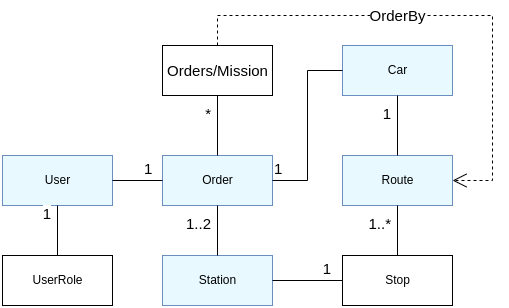
The draw.io diagram doc/img/EntitiesRelations.png in bringauto/fleet, before a commit. Source tidied: cells renumbered, new cells last; positions are measured from the earlier drawing's top-left corner, leaving out a move shared by most shapes.
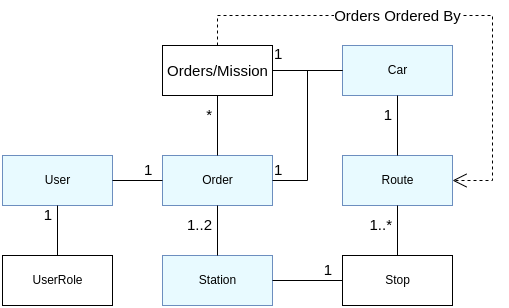
Later version of the same file.

The edit, as a diff of the source:
```diff
@@ -88,7 +88,7 @@
         <mxPoint x="-5" y="30" as="offset" />
       </mxGeometry>
     </mxCell>
-    <mxCell id="26" value="OrderBy" style="endArrow=open;endSize=12;dashed=1;html=1;rounded=0;fontSize=15;targetPerimeterSpacing=0;strokeColor=default;edgeStyle=orthogonalEdgeStyle;exitX=0.5;exitY=0;exitDx=0;exitDy=0;entryX=1;entryY=0.5;entryDx=0;entryDy=0;" parent="1" edge="1" source="23" target="2">
+    <mxCell id="26" value="Orders Ordered By" style="endArrow=open;endSize=12;dashed=1;html=1;rounded=0;fontSize=15;targetPerimeterSpacing=0;strokeColor=default;edgeStyle=orthogonalEdgeStyle;exitX=0.5;exitY=0;exitDx=0;exitDy=0;entryX=1;entryY=0.5;entryDx=0;entryDy=0;" parent="1" edge="1" source="23" target="2">
       <mxGeometry x="-0.18" relative="1" as="geometry">
         <Array as="points">
           <mxPoint x="215" />
@@ -97,5 +97,10 @@
         </Array>
       </mxGeometry>
     </mxCell>
+    <mxCell id="27" value="&lt;font style=&quot;font-size: 15px&quot;&gt;1&lt;/font&gt;" style="endArrow=none;html=1;endSize=12;startArrow=none;startSize=14;startFill=0;edgeStyle=orthogonalEdgeStyle;align=left;verticalAlign=bottom;rounded=0;endFill=0;exitX=1;exitY=0.5;exitDx=0;exitDy=0;" parent="1" edge="1" source="23">
+      <mxGeometry x="-1" y="5" relative="1" as="geometry">
+        <mxPoint x="340" y="55" as="targetPoint" />
+      </mxGeometry>
+    </mxCell>
   </root>
 </mxGraphModel>
```
